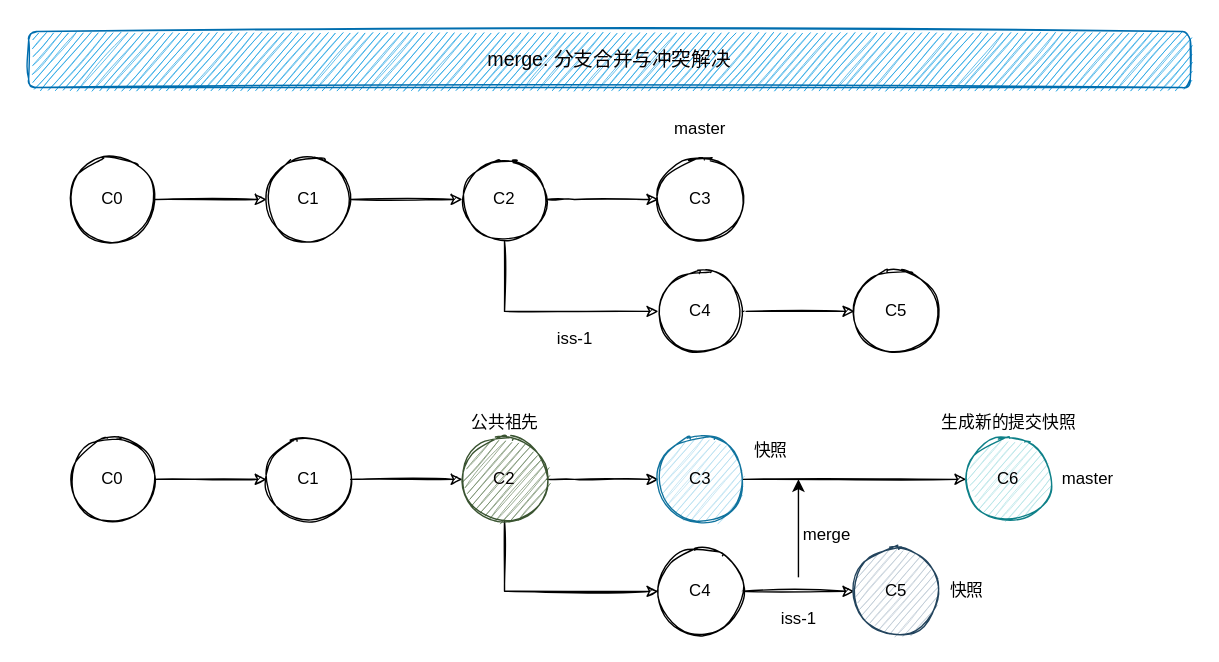
cd-home/Root keeps this draw.io diagram as 03-工作环境/images/merge2.svg. Above is the earlier version. Source tidied: cells renumbered, new cells last; positions are measured from the earlier drawing's top-left corner, leaving out a move shared by most shapes.
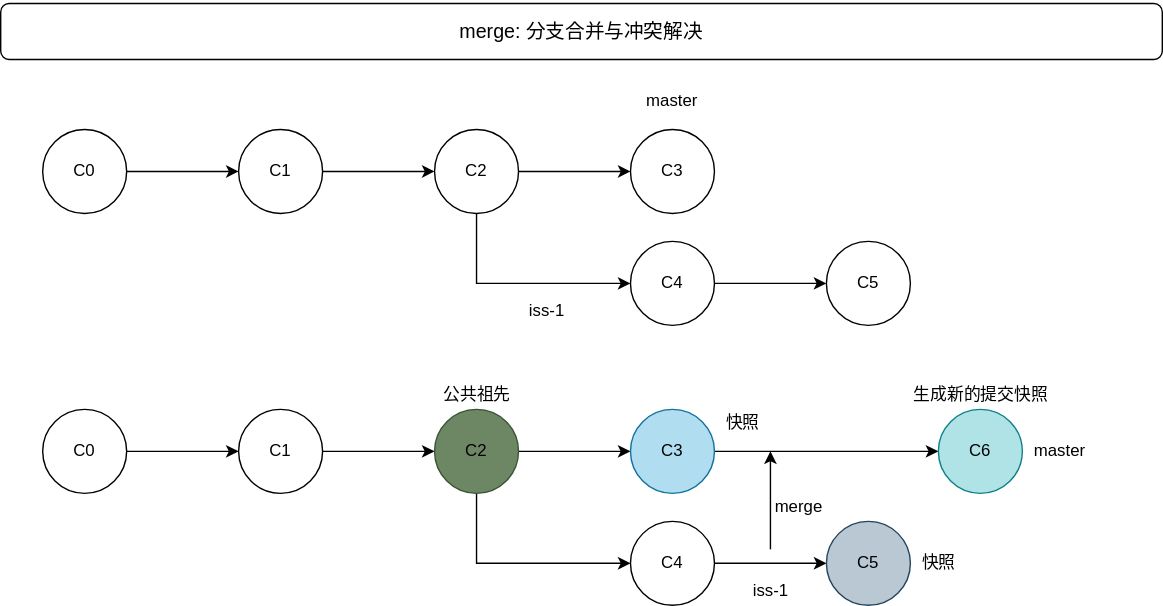
Later version of the same file.

What changed in the source:
```diff
@@ -2,22 +2,22 @@
   <root>
     <mxCell id="0" />
     <mxCell id="1" parent="0" />
-    <mxCell id="2" value="&lt;h3&gt;&lt;font style=&quot;font-weight: normal;&quot; color=&quot;#050001&quot;&gt;merge: 分支合并与冲突解决&lt;/font&gt;&lt;/h3&gt;" style="rounded=1;whiteSpace=wrap;html=1;fillColor=#1ba1e2;strokeColor=#006EAF;sketch=1;fontColor=#ffffff;" parent="1" vertex="1">
+    <mxCell id="2" value="&lt;h3&gt;&lt;font style=&quot;font-weight: normal;&quot; color=&quot;#050001&quot;&gt;merge: 分支合并与冲突解决&lt;/font&gt;&lt;/h3&gt;" style="rounded=1;whiteSpace=wrap;html=1;" parent="1" vertex="1">
       <mxGeometry width="830" height="40" as="geometry" />
     </mxCell>
-    <mxCell id="3" style="edgeStyle=orthogonalEdgeStyle;rounded=0;jettySize=auto;html=1;sketch=1;" parent="1" edge="1" source="4" target="6">
+    <mxCell id="3" style="edgeStyle=orthogonalEdgeStyle;rounded=0;jettySize=auto;html=1;" parent="1" edge="1" source="4" target="6">
       <mxGeometry relative="1" as="geometry" />
     </mxCell>
-    <mxCell id="4" value="C0" style="ellipse;whiteSpace=wrap;html=1;fillColor=#FFFFFF;sketch=1;" parent="1" vertex="1">
+    <mxCell id="4" value="C0" style="ellipse;whiteSpace=wrap;html=1;fillColor=#FFFFFF;" parent="1" vertex="1">
       <mxGeometry x="30" y="90" width="60" height="60" as="geometry" />
     </mxCell>
-    <mxCell id="5" style="edgeStyle=orthogonalEdgeStyle;rounded=0;jettySize=auto;html=1;sketch=1;" parent="1" edge="1" source="6" target="9">
+    <mxCell id="5" style="edgeStyle=orthogonalEdgeStyle;rounded=0;jettySize=auto;html=1;" parent="1" edge="1" source="6" target="9">
       <mxGeometry relative="1" as="geometry" />
     </mxCell>
-    <mxCell id="6" value="C1" style="ellipse;whiteSpace=wrap;html=1;fillColor=#FFFFFF;sketch=1;" parent="1" vertex="1">
+    <mxCell id="6" value="C1" style="ellipse;whiteSpace=wrap;html=1;fillColor=#FFFFFF;" parent="1" vertex="1">
       <mxGeometry x="170" y="90" width="60" height="60" as="geometry" />
     </mxCell>
-    <mxCell id="7" style="edgeStyle=orthogonalEdgeStyle;rounded=0;jettySize=auto;html=1;exitX=0.5;exitY=1;exitDx=0;exitDy=0;entryX=0;entryY=0.5;entryDx=0;entryDy=0;sketch=1;" parent="1" edge="1" source="9" target="11">
+    <mxCell id="7" style="edgeStyle=orthogonalEdgeStyle;rounded=0;jettySize=auto;html=1;exitX=0.5;exitY=1;exitDx=0;exitDy=0;entryX=0;entryY=0.5;entryDx=0;entryDy=0;" parent="1" edge="1" source="9" target="11">
       <mxGeometry relative="1" as="geometry">
         <Array as="points">
           <mxPoint x="340" y="200" />
@@ -25,7 +25,7 @@
         </Array>
       </mxGeometry>
     </mxCell>
-    <mxCell id="8" style="edgeStyle=orthogonalEdgeStyle;rounded=0;jettySize=auto;html=1;entryX=0;entryY=0.5;entryDx=0;entryDy=0;sketch=1;" parent="1" edge="1" source="9" target="12">
+    <mxCell id="8" style="edgeStyle=orthogonalEdgeStyle;rounded=0;jettySize=auto;html=1;entryX=0;entryY=0.5;entryDx=0;entryDy=0;" parent="1" edge="1" source="9" target="12">
       <mxGeometry relative="1" as="geometry">
         <Array as="points">
           <mxPoint x="390" y="120" />
@@ -33,40 +33,40 @@
         </Array>
       </mxGeometry>
     </mxCell>
-    <mxCell id="9" value="C2" style="ellipse;whiteSpace=wrap;html=1;fillColor=#FFFFFF;sketch=1;" parent="1" vertex="1">
+    <mxCell id="9" value="C2" style="ellipse;whiteSpace=wrap;html=1;fillColor=#FFFFFF;" parent="1" vertex="1">
       <mxGeometry x="310" y="90" width="60" height="60" as="geometry" />
     </mxCell>
-    <mxCell id="10" style="edgeStyle=orthogonalEdgeStyle;rounded=0;jettySize=auto;html=1;sketch=1;" parent="1" edge="1" source="11" target="15">
+    <mxCell id="10" style="edgeStyle=orthogonalEdgeStyle;rounded=0;jettySize=auto;html=1;" parent="1" edge="1" source="11" target="15">
       <mxGeometry relative="1" as="geometry" />
     </mxCell>
-    <mxCell id="11" value="C4" style="ellipse;whiteSpace=wrap;html=1;fillColor=#FFFFFF;sketch=1;" parent="1" vertex="1">
+    <mxCell id="11" value="C4" style="ellipse;whiteSpace=wrap;html=1;fillColor=#FFFFFF;" parent="1" vertex="1">
       <mxGeometry x="450" y="170" width="60" height="60" as="geometry" />
     </mxCell>
-    <mxCell id="12" value="C3" style="ellipse;whiteSpace=wrap;html=1;fillColor=#FFFFFF;sketch=1;" parent="1" vertex="1">
+    <mxCell id="12" value="C3" style="ellipse;whiteSpace=wrap;html=1;fillColor=#FFFFFF;" parent="1" vertex="1">
       <mxGeometry x="450" y="90" width="60" height="60" as="geometry" />
     </mxCell>
-    <mxCell id="13" value="master" style="text;html=1;strokeColor=none;fillColor=none;align=center;verticalAlign=middle;whiteSpace=wrap;rounded=0;sketch=1;" parent="1" vertex="1">
+    <mxCell id="13" value="master" style="text;html=1;strokeColor=none;fillColor=none;align=center;verticalAlign=middle;whiteSpace=wrap;rounded=0;" parent="1" vertex="1">
       <mxGeometry x="460" y="60" width="40" height="20" as="geometry" />
     </mxCell>
-    <mxCell id="14" value="iss-1" style="text;html=1;align=center;verticalAlign=middle;strokeColor=none;sketch=1;" parent="1" vertex="1">
+    <mxCell id="14" value="iss-1" style="text;html=1;align=center;verticalAlign=middle;strokeColor=none;" parent="1" vertex="1">
       <mxGeometry x="370" y="210" width="40" height="20" as="geometry" />
     </mxCell>
-    <mxCell id="15" value="C5" style="ellipse;whiteSpace=wrap;html=1;fillColor=#FFFFFF;sketch=1;" parent="1" vertex="1">
+    <mxCell id="15" value="C5" style="ellipse;whiteSpace=wrap;html=1;fillColor=#FFFFFF;" parent="1" vertex="1">
       <mxGeometry x="590" y="170" width="60" height="60" as="geometry" />
     </mxCell>
-    <mxCell id="16" style="edgeStyle=orthogonalEdgeStyle;rounded=0;jettySize=auto;html=1;sketch=1;" parent="1" edge="1" source="17" target="19">
+    <mxCell id="16" style="edgeStyle=orthogonalEdgeStyle;rounded=0;jettySize=auto;html=1;" parent="1" edge="1" source="17" target="19">
       <mxGeometry relative="1" as="geometry" />
     </mxCell>
-    <mxCell id="17" value="C0" style="ellipse;whiteSpace=wrap;html=1;fillColor=#FFFFFF;sketch=1;" parent="1" vertex="1">
+    <mxCell id="17" value="C0" style="ellipse;whiteSpace=wrap;html=1;fillColor=#FFFFFF;" parent="1" vertex="1">
       <mxGeometry x="30" y="290" width="60" height="60" as="geometry" />
     </mxCell>
-    <mxCell id="18" style="edgeStyle=orthogonalEdgeStyle;rounded=0;jettySize=auto;html=1;sketch=1;" parent="1" edge="1" source="19" target="22">
+    <mxCell id="18" style="edgeStyle=orthogonalEdgeStyle;rounded=0;jettySize=auto;html=1;" parent="1" edge="1" source="19" target="22">
       <mxGeometry relative="1" as="geometry" />
     </mxCell>
-    <mxCell id="19" value="C1" style="ellipse;whiteSpace=wrap;html=1;fillColor=#FFFFFF;sketch=1;" parent="1" vertex="1">
+    <mxCell id="19" value="C1" style="ellipse;whiteSpace=wrap;html=1;fillColor=#FFFFFF;" parent="1" vertex="1">
       <mxGeometry x="170" y="290" width="60" height="60" as="geometry" />
     </mxCell>
-    <mxCell id="20" style="edgeStyle=orthogonalEdgeStyle;rounded=0;jettySize=auto;html=1;exitX=0.5;exitY=1;exitDx=0;exitDy=0;entryX=0;entryY=0.5;entryDx=0;entryDy=0;sketch=1;" parent="1" edge="1" source="22" target="24">
+    <mxCell id="20" style="edgeStyle=orthogonalEdgeStyle;rounded=0;jettySize=auto;html=1;exitX=0.5;exitY=1;exitDx=0;exitDy=0;entryX=0;entryY=0.5;entryDx=0;entryDy=0;" parent="1" edge="1" source="22" target="24">
       <mxGeometry relative="1" as="geometry">
         <Array as="points">
           <mxPoint x="340" y="400" />
@@ -74,7 +74,7 @@
         </Array>
       </mxGeometry>
     </mxCell>
-    <mxCell id="21" style="edgeStyle=orthogonalEdgeStyle;rounded=0;jettySize=auto;html=1;entryX=0;entryY=0.5;entryDx=0;entryDy=0;sketch=1;" parent="1" edge="1" source="22" target="26">
+    <mxCell id="21" style="edgeStyle=orthogonalEdgeStyle;rounded=0;jettySize=auto;html=1;entryX=0;entryY=0.5;entryDx=0;entryDy=0;" parent="1" edge="1" source="22" target="26">
       <mxGeometry relative="1" as="geometry">
         <Array as="points">
           <mxPoint x="390" y="320" />
@@ -82,46 +82,46 @@
         </Array>
       </mxGeometry>
     </mxCell>
-    <mxCell id="22" value="&lt;font color=&quot;#050001&quot;&gt;C2&lt;/font&gt;" style="ellipse;whiteSpace=wrap;html=1;fillColor=#6d8764;strokeColor=#3A5431;fontColor=#ffffff;sketch=1;" parent="1" vertex="1">
+    <mxCell id="22" value="&lt;font color=&quot;#050001&quot;&gt;C2&lt;/font&gt;" style="ellipse;whiteSpace=wrap;html=1;fillColor=#6d8764;strokeColor=#3A5431;fontColor=#ffffff;" parent="1" vertex="1">
       <mxGeometry x="310" y="290" width="60" height="60" as="geometry" />
     </mxCell>
-    <mxCell id="23" style="edgeStyle=orthogonalEdgeStyle;rounded=0;jettySize=auto;html=1;sketch=1;" parent="1" edge="1" source="24" target="28">
+    <mxCell id="23" style="edgeStyle=orthogonalEdgeStyle;rounded=0;jettySize=auto;html=1;" parent="1" edge="1" source="24" target="28">
       <mxGeometry relative="1" as="geometry" />
     </mxCell>
-    <mxCell id="24" value="C4" style="ellipse;whiteSpace=wrap;html=1;fillColor=#FFFFFF;sketch=1;" parent="1" vertex="1">
+    <mxCell id="24" value="C4" style="ellipse;whiteSpace=wrap;html=1;fillColor=#FFFFFF;" parent="1" vertex="1">
       <mxGeometry x="450" y="370" width="60" height="60" as="geometry" />
     </mxCell>
-    <mxCell id="25" style="edgeStyle=orthogonalEdgeStyle;rounded=0;jettySize=auto;html=1;sketch=1;" parent="1" edge="1" source="26" target="30">
+    <mxCell id="25" style="edgeStyle=orthogonalEdgeStyle;rounded=0;jettySize=auto;html=1;" parent="1" edge="1" source="26" target="30">
       <mxGeometry relative="1" as="geometry" />
     </mxCell>
-    <mxCell id="26" value="C3" style="ellipse;whiteSpace=wrap;html=1;fillColor=#b1ddf0;strokeColor=#10739e;sketch=1;" parent="1" vertex="1">
+    <mxCell id="26" value="C3" style="ellipse;whiteSpace=wrap;html=1;fillColor=#b1ddf0;strokeColor=#10739e;" parent="1" vertex="1">
       <mxGeometry x="450" y="290" width="60" height="60" as="geometry" />
     </mxCell>
-    <mxCell id="27" value="iss-1" style="text;html=1;align=center;verticalAlign=middle;strokeColor=none;sketch=1;" parent="1" vertex="1">
+    <mxCell id="27" value="iss-1" style="text;html=1;align=center;verticalAlign=middle;strokeColor=none;" parent="1" vertex="1">
       <mxGeometry x="530" y="410" width="40" height="20" as="geometry" />
     </mxCell>
-    <mxCell id="28" value="C5" style="ellipse;whiteSpace=wrap;html=1;fillColor=#bac8d3;strokeColor=#23445d;sketch=1;" parent="1" vertex="1">
+    <mxCell id="28" value="C5" style="ellipse;whiteSpace=wrap;html=1;fillColor=#bac8d3;strokeColor=#23445d;" parent="1" vertex="1">
       <mxGeometry x="590" y="370" width="60" height="60" as="geometry" />
     </mxCell>
-    <mxCell id="29" value="master" style="text;html=1;strokeColor=none;fillColor=none;align=center;verticalAlign=middle;whiteSpace=wrap;rounded=0;sketch=1;" parent="1" vertex="1">
+    <mxCell id="29" value="master" style="text;html=1;strokeColor=none;fillColor=none;align=center;verticalAlign=middle;whiteSpace=wrap;rounded=0;" parent="1" vertex="1">
       <mxGeometry x="737" y="310" width="40" height="20" as="geometry" />
     </mxCell>
-    <mxCell id="30" value="C6" style="ellipse;whiteSpace=wrap;html=1;fillColor=#b0e3e6;strokeColor=#0e8088;sketch=1;" parent="1" vertex="1">
+    <mxCell id="30" value="C6" style="ellipse;whiteSpace=wrap;html=1;fillColor=#b0e3e6;strokeColor=#0e8088;" parent="1" vertex="1">
       <mxGeometry x="670" y="290" width="60" height="60" as="geometry" />
     </mxCell>
-    <mxCell id="31" value="公共祖先" style="text;html=1;align=center;verticalAlign=middle;strokeColor=none;sketch=1;" parent="1" vertex="1">
+    <mxCell id="31" value="公共祖先" style="text;html=1;align=center;verticalAlign=middle;strokeColor=none;" parent="1" vertex="1">
       <mxGeometry x="310" y="270" width="60" height="20" as="geometry" />
     </mxCell>
-    <mxCell id="32" value="快照" style="text;html=1;align=center;verticalAlign=middle;strokeColor=none;sketch=1;" parent="1" vertex="1">
+    <mxCell id="32" value="快照" style="text;html=1;align=center;verticalAlign=middle;strokeColor=none;" parent="1" vertex="1">
       <mxGeometry x="510" y="290" width="40" height="20" as="geometry" />
     </mxCell>
-    <mxCell id="33" value="快照" style="text;html=1;align=center;verticalAlign=middle;strokeColor=none;sketch=1;" parent="1" vertex="1">
+    <mxCell id="33" value="快照" style="text;html=1;align=center;verticalAlign=middle;strokeColor=none;" parent="1" vertex="1">
       <mxGeometry x="650" y="390" width="40" height="20" as="geometry" />
     </mxCell>
-    <mxCell id="34" value="&lt;span style=&quot;color: rgba(0 , 0 , 0 , 0) ; font-family: monospace ; font-size: 0px&quot;&gt;%3CmxGraphModel%3E%3Croot%3E%3CmxCell%20id%3D%220%22%2F%3E%3CmxCell%20id%3D%221%22%20parent%3D%220%22%2F%3E%3CmxCell%20id%3D%222%22%20value%3D%22%E5%BF%AB%E7%85%A7%22%20style%3D%22text%3Bhtml%3D1%3Balign%3Dcenter%3BverticalAlign%3Dmiddle%3Bresizable%3D0%3Bpoints%3D%5B%5D%3Bautosize%3D1%3BstrokeColor%3Dnone%3B%22%20vertex%3D%221%22%20parent%3D%221%22%3E%3CmxGeometry%20x%3D%22560%22%20y%3D%22360%22%20width%3D%2240%22%20height%3D%2220%22%20as%3D%22geometry%22%2F%3E%3C%2FmxCell%3E%3C%2Froot%3E%3C%2FmxGraphModel%3E&lt;/span&gt;" style="text;html=1;align=center;verticalAlign=middle;strokeColor=none;sketch=1;" parent="1" vertex="1">
+    <mxCell id="34" value="&lt;span style=&quot;color: rgba(0 , 0 , 0 , 0) ; font-family: monospace ; font-size: 0px&quot;&gt;%3CmxGraphModel%3E%3Croot%3E%3CmxCell%20id%3D%220%22%2F%3E%3CmxCell%20id%3D%221%22%20parent%3D%220%22%2F%3E%3CmxCell%20id%3D%222%22%20value%3D%22%E5%BF%AB%E7%85%A7%22%20style%3D%22text%3Bhtml%3D1%3Balign%3Dcenter%3BverticalAlign%3Dmiddle%3Bresizable%3D0%3Bpoints%3D%5B%5D%3Bautosize%3D1%3BstrokeColor%3Dnone%3B%22%20vertex%3D%221%22%20parent%3D%221%22%3E%3CmxGeometry%20x%3D%22560%22%20y%3D%22360%22%20width%3D%2240%22%20height%3D%2220%22%20as%3D%22geometry%22%2F%3E%3C%2FmxCell%3E%3C%2Froot%3E%3C%2FmxGraphModel%3E&lt;/span&gt;" style="text;html=1;align=center;verticalAlign=middle;strokeColor=none;" parent="1" vertex="1">
       <mxGeometry x="730" y="290" width="20" height="20" as="geometry" />
     </mxCell>
-    <mxCell id="35" value="生成新的提交快照" style="text;html=1;align=center;verticalAlign=middle;strokeColor=none;sketch=1;" parent="1" vertex="1">
+    <mxCell id="35" value="生成新的提交快照" style="text;html=1;align=center;verticalAlign=middle;strokeColor=none;" parent="1" vertex="1">
       <mxGeometry x="645" y="270" width="110" height="20" as="geometry" />
     </mxCell>
     <mxCell id="36" style="endArrow=classic;html=1;rounded=0;" parent="1" edge="1">
```
